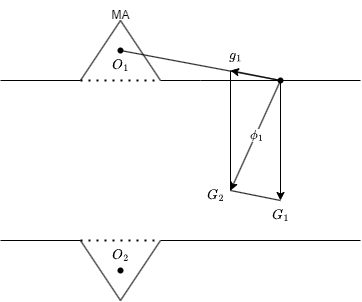
This is second.png from Vcholerae1/grav_pre, a draw.io export, as it was before one commit. Source tidied: cells renumbered, new cells last; positions are measured from the earlier drawing's top-left corner, leaving out a move shared by most shapes. Source of this version:
```xml
<mxGraphModel math="1">
  <root>
    <mxCell id="0" />
    <mxCell id="1" parent="0" />
    <mxCell id="2" style="endArrow=none;html=1;" parent="1" edge="1">
      <mxGeometry relative="1" as="geometry">
        <mxPoint y="80" as="sourcePoint" />
        <mxPoint x="80" y="80" as="targetPoint" />
      </mxGeometry>
    </mxCell>
    <mxCell id="3" style="endArrow=none;html=1;entryX=0.5;entryY=0.667;entryDx=0;entryDy=0;entryPerimeter=0;" parent="1" edge="1" target="6">
      <mxGeometry relative="1" as="geometry">
        <mxPoint x="80" y="80" as="sourcePoint" />
      </mxGeometry>
    </mxCell>
    <mxCell id="4" style="endArrow=none;html=1;" parent="1" edge="1">
      <mxGeometry relative="1" as="geometry">
        <mxPoint x="120" y="20" as="sourcePoint" />
        <mxPoint x="160" y="80" as="targetPoint" />
      </mxGeometry>
    </mxCell>
    <mxCell id="5" style="endArrow=none;html=1;startArrow=none;" parent="1" edge="1" source="20">
      <mxGeometry relative="1" as="geometry">
        <mxPoint x="360" y="80" as="targetPoint" />
      </mxGeometry>
    </mxCell>
    <mxCell id="6" value="MA" style="text;html=1;align=center;verticalAlign=middle;points=[];strokeColor=none;fillColor=none;" parent="1" vertex="1">
      <mxGeometry x="100" width="40" height="30" as="geometry" />
    </mxCell>
    <mxCell id="7" style="shape=waypoint;sketch=0;size=6;fillColor=none;perimeter=centerPerimeter;" parent="1" vertex="1">
      <mxGeometry x="110" y="40" width="20" height="20" as="geometry" />
    </mxCell>
    <mxCell id="8" value="$$O_1$$" style="text;html=1;align=center;verticalAlign=middle;strokeColor=none;fillColor=none;" parent="1" vertex="1">
      <mxGeometry x="85" y="50" width="70" height="30" as="geometry" />
    </mxCell>
    <mxCell id="9" style="endArrow=none;dashed=1;html=1;dashPattern=1 3;strokeWidth=2;" parent="1" edge="1">
      <mxGeometry relative="1" as="geometry">
        <mxPoint x="80" y="80" as="sourcePoint" />
        <mxPoint x="160" y="80" as="targetPoint" />
      </mxGeometry>
    </mxCell>
    <mxCell id="10" style="endArrow=none;html=1;" parent="1" edge="1">
      <mxGeometry relative="1" as="geometry">
        <mxPoint y="240" as="sourcePoint" />
        <mxPoint x="80" y="240" as="targetPoint" />
      </mxGeometry>
    </mxCell>
    <mxCell id="11" style="endArrow=none;html=1;" parent="1" edge="1">
      <mxGeometry relative="1" as="geometry">
        <mxPoint x="160" y="240" as="sourcePoint" />
        <mxPoint x="360" y="240" as="targetPoint" />
      </mxGeometry>
    </mxCell>
    <mxCell id="12" style="endArrow=none;dashed=1;html=1;dashPattern=1 3;strokeWidth=2;" parent="1" edge="1">
      <mxGeometry relative="1" as="geometry">
        <mxPoint x="80" y="240" as="sourcePoint" />
        <mxPoint x="160" y="240" as="targetPoint" />
      </mxGeometry>
    </mxCell>
    <mxCell id="13" style="endArrow=none;html=1;" parent="1" edge="1">
      <mxGeometry relative="1" as="geometry">
        <mxPoint x="120" y="300" as="sourcePoint" />
        <mxPoint x="80" y="240" as="targetPoint" />
      </mxGeometry>
    </mxCell>
    <mxCell id="14" style="endArrow=none;html=1;" parent="1" edge="1">
      <mxGeometry relative="1" as="geometry">
        <mxPoint x="120" y="300" as="sourcePoint" />
        <mxPoint x="160" y="240" as="targetPoint" />
      </mxGeometry>
    </mxCell>
    <mxCell id="15" style="shape=waypoint;sketch=0;size=6;fillColor=none;perimeter=centerPerimeter;" parent="1" vertex="1">
      <mxGeometry x="110" y="260" width="20" height="20" as="geometry" />
    </mxCell>
    <mxCell id="16" value="$$O_2$$" style="text;html=1;align=center;verticalAlign=middle;strokeColor=none;fillColor=none;" parent="1" vertex="1">
      <mxGeometry x="85" y="240" width="70" height="30" as="geometry" />
    </mxCell>
    <mxCell id="17" style="endArrow=none;html=1;" parent="1" edge="1">
      <mxGeometry relative="1" as="geometry">
        <mxPoint x="160" y="80" as="sourcePoint" />
        <mxPoint x="200" y="80" as="targetPoint" />
      </mxGeometry>
    </mxCell>
    <mxCell id="18" value="$$G_2$$" style="text;html=1;align=center;verticalAlign=middle;strokeColor=none;fillColor=none;" parent="1" vertex="1">
      <mxGeometry x="180" y="180" width="70" height="30" as="geometry" />
    </mxCell>
    <mxCell id="19" style="endArrow=none;html=1;startArrow=none;" parent="1" edge="1" target="20">
      <mxGeometry relative="1" as="geometry">
        <mxPoint x="200" y="80" as="sourcePoint" />
      </mxGeometry>
    </mxCell>
    <mxCell id="20" style="shape=waypoint;sketch=0;size=6;points=[];fillColor=none;perimeter=centerPerimeter;snapToPoint=1;" parent="1" vertex="1">
      <mxGeometry x="270" y="70" width="20" height="20" as="geometry" />
    </mxCell>
    <mxCell id="21" style="endArrow=classic;html=1;strokeWidth=1;" parent="1" edge="1">
      <mxGeometry relative="1" as="geometry">
        <mxPoint x="280" y="80" as="sourcePoint" />
        <mxPoint x="280" y="200" as="targetPoint" />
      </mxGeometry>
    </mxCell>
    <mxCell id="22" value="$$G_1$$" style="text;html=1;align=center;verticalAlign=middle;strokeColor=none;fillColor=none;" parent="1" vertex="1">
      <mxGeometry x="245" y="200" width="70" height="30" as="geometry" />
    </mxCell>
    <mxCell id="23" style="endArrow=none;html=1;strokeWidth=1;entryX=0.558;entryY=0.347;entryDx=0;entryDy=0;entryPerimeter=0;" parent="1" edge="1" target="20">
      <mxGeometry relative="1" as="geometry">
        <mxPoint x="120" y="50" as="sourcePoint" />
      </mxGeometry>
    </mxCell>
    <mxCell id="24" style="endArrow=classic;html=1;strokeWidth=1;" parent="1" edge="1">
      <mxGeometry relative="1" as="geometry">
        <mxPoint x="280" y="80" as="sourcePoint" />
        <mxPoint x="230" y="70" as="targetPoint" />
      </mxGeometry>
    </mxCell>
    <mxCell id="25" style="endArrow=none;html=1;strokeWidth=1;endFill=0;" parent="1" edge="1">
      <mxGeometry relative="1" as="geometry">
        <mxPoint x="230" y="70" as="sourcePoint" />
        <mxPoint x="230" y="190" as="targetPoint" />
      </mxGeometry>
    </mxCell>
    <mxCell id="26" style="endArrow=none;html=1;strokeWidth=1;endFill=0;" parent="1" edge="1">
      <mxGeometry relative="1" as="geometry">
        <mxPoint x="280" y="200" as="sourcePoint" />
        <mxPoint x="230" y="190" as="targetPoint" />
      </mxGeometry>
    </mxCell>
    <mxCell id="27" value="$$g_1$$" style="text;html=1;align=center;verticalAlign=middle;strokeColor=none;fillColor=none;" parent="1" vertex="1">
      <mxGeometry x="200" y="40" width="70" height="30" as="geometry" />
    </mxCell>
    <mxCell id="28" style="endArrow=classic;html=1;strokeWidth=1;" parent="1" edge="1">
      <mxGeometry relative="1" as="geometry">
        <mxPoint x="280" y="80" as="sourcePoint" />
        <mxPoint x="230" y="190" as="targetPoint" />
      </mxGeometry>
    </mxCell>
    <mxCell id="29" value="$$\phi_1$$" style="edgeLabel;html=1;align=center;verticalAlign=middle;" parent="28" vertex="1">
      <mxGeometry relative="1" as="geometry" />
    </mxCell>
  </root>
</mxGraphModel>
```
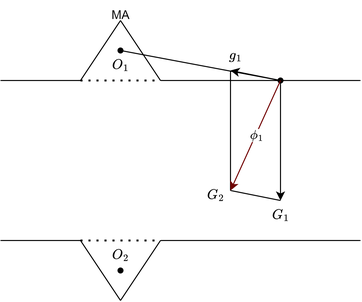
After the change.

Diff of the diagram source:
```diff
@@ -127,7 +127,7 @@
     <mxCell id="27" value="$$g_1$$" style="text;html=1;align=center;verticalAlign=middle;strokeColor=none;fillColor=none;" parent="1" vertex="1">
       <mxGeometry x="200" y="40" width="70" height="30" as="geometry" />
     </mxCell>
-    <mxCell id="28" style="endArrow=classic;html=1;strokeWidth=1;" parent="1" edge="1">
+    <mxCell id="28" style="endArrow=classic;html=1;strokeWidth=1;fillColor=#a20025;strokeColor=#6F0000;" parent="1" edge="1">
       <mxGeometry relative="1" as="geometry">
         <mxPoint x="280" y="80" as="sourcePoint" />
         <mxPoint x="230" y="190" as="targetPoint" />
```
